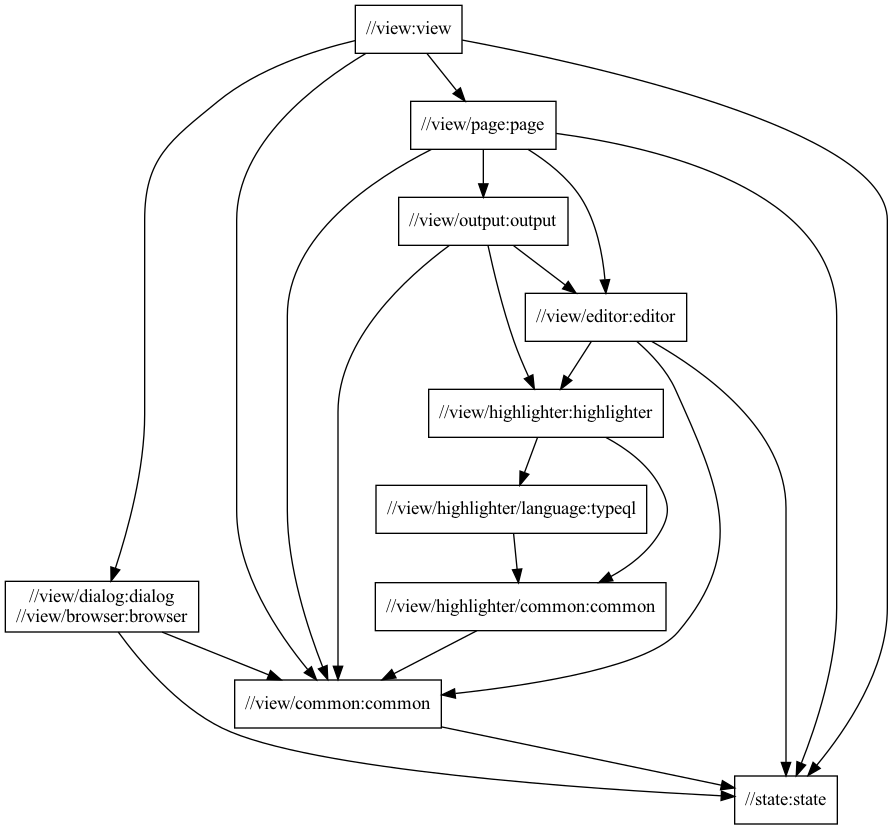
Above: docs/view-package-structure.png in typedb/typedb-studio (Graphviz), before the change. Its source is kept beside it as docs/view-package-structure.dot.
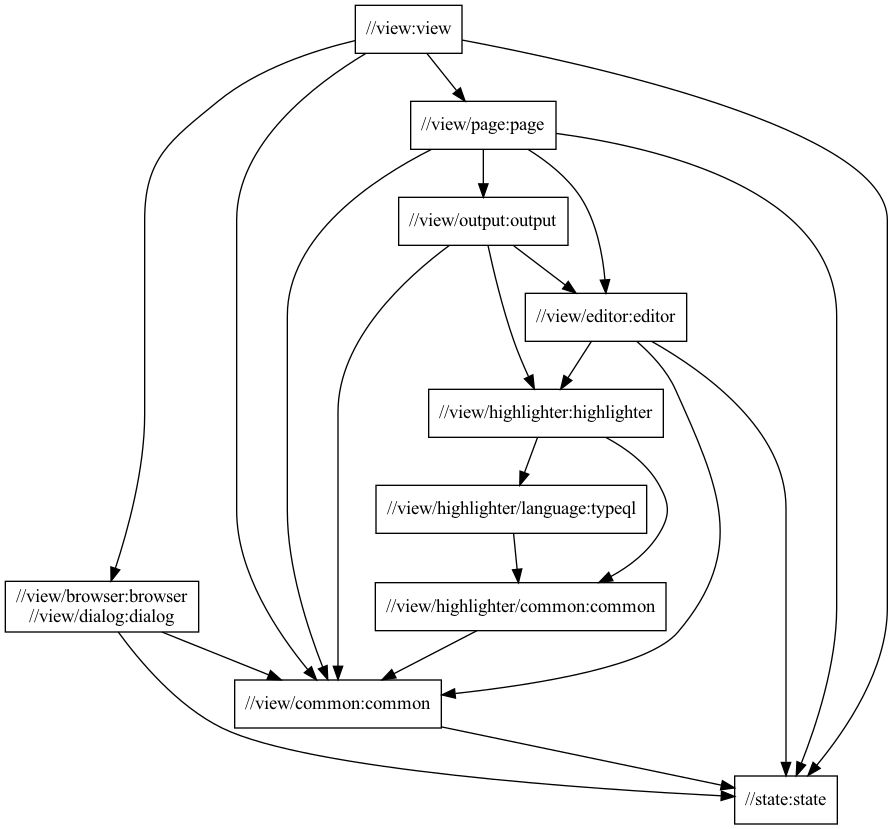
Later version of the same file.

Change to the diagram source:
```diff
@@ -1,18 +1,18 @@
 digraph mygraph {
   node [shape=box];
   "//view:view"
-  "//view:view" -> "//view/dialog:dialog\n//view/browser:browser"
+  "//view:view" -> "//view/browser:browser\n//view/dialog:dialog"
   "//view:view" -> "//view/common:common"
   "//view:view" -> "//view/page:page"
   "//view:view" -> "//state:state"
+  "//view/browser:browser\n//view/dialog:dialog"
+  "//view/browser:browser\n//view/dialog:dialog" -> "//view/common:common"
+  "//view/browser:browser\n//view/dialog:dialog" -> "//state:state"
   "//view/page:page"
   "//view/page:page" -> "//view/common:common"
   "//view/page:page" -> "//view/editor:editor"
   "//view/page:page" -> "//view/output:output"
   "//view/page:page" -> "//state:state"
-  "//view/dialog:dialog\n//view/browser:browser"
-  "//view/dialog:dialog\n//view/browser:browser" -> "//view/common:common"
-  "//view/dialog:dialog\n//view/browser:browser" -> "//state:state"
   "//view/output:output"
   "//view/output:output" -> "//view/common:common"
   "//view/output:output" -> "//view/editor:editor"
```
